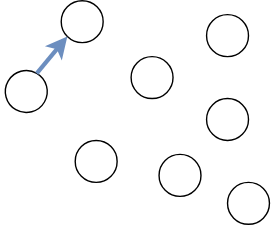
chenxlong3/diagrams_draw keeps this draw.io diagram as cover_IM.drawio.svg. Above is the earlier version. Source tidied: cells renumbered, new cells last; positions are measured from the earlier drawing's top-left corner, leaving out a move shared by most shapes. Source of this version:
```xml
<mxGraphModel>
  <root>
    <mxCell id="0" />
    <mxCell id="1" parent="0" />
    <mxCell id="2" style="ellipse;whiteSpace=wrap;html=1;rotation=0;" parent="1" vertex="1">
      <mxGeometry x="40" width="30" height="30" as="geometry" />
    </mxCell>
    <mxCell id="3" style="ellipse;whiteSpace=wrap;html=1;rotation=-15;" parent="1" vertex="1">
      <mxGeometry y="50" width="30" height="30" as="geometry" />
    </mxCell>
    <mxCell id="4" style="ellipse;whiteSpace=wrap;html=1;" parent="1" vertex="1">
      <mxGeometry x="90" y="40" width="30" height="30" as="geometry" />
    </mxCell>
    <mxCell id="5" style="ellipse;whiteSpace=wrap;html=1;" parent="1" vertex="1">
      <mxGeometry x="50" y="100" width="30" height="30" as="geometry" />
    </mxCell>
    <mxCell id="6" style="ellipse;whiteSpace=wrap;html=1;" parent="1" vertex="1">
      <mxGeometry x="144" y="10" width="30" height="30" as="geometry" />
    </mxCell>
    <mxCell id="7" style="ellipse;whiteSpace=wrap;html=1;" parent="1" vertex="1">
      <mxGeometry x="144" y="70" width="30" height="30" as="geometry" />
    </mxCell>
    <mxCell id="8" style="ellipse;whiteSpace=wrap;html=1;" parent="1" vertex="1">
      <mxGeometry x="110" y="110" width="30" height="30" as="geometry" />
    </mxCell>
    <mxCell id="9" style="ellipse;whiteSpace=wrap;html=1;" parent="1" vertex="1">
      <mxGeometry x="159" y="130" width="30" height="30" as="geometry" />
    </mxCell>
    <mxCell id="10" style="endArrow=classic;html=1;rounded=0;entryX=0;entryY=1;entryDx=0;entryDy=0;exitX=1;exitY=0;exitDx=0;exitDy=0;fillColor=#dae8fc;strokeColor=#6c8ebf;strokeWidth=3;" parent="1" edge="1" source="3" target="2">
      <mxGeometry relative="1" as="geometry" />
    </mxCell>
  </root>
</mxGraphModel>
```
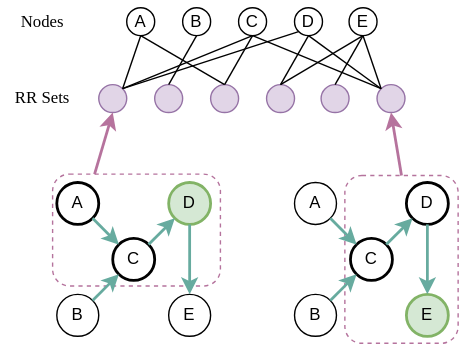
After the commit.

What changed in the source:
```diff
@@ -2,32 +2,146 @@
   <root>
     <mxCell id="0" />
     <mxCell id="1" parent="0" />
+    <mxCell id="11" style="rounded=1;whiteSpace=wrap;html=1;strokeColor=#B5739D;dashed=1;" parent="1" vertex="1">
+      <mxGeometry x="196" y="-55" width="81" height="120" as="geometry" />
+    </mxCell>
+    <mxCell id="12" style="rounded=1;whiteSpace=wrap;html=1;strokeColor=#B5739D;dashed=1;" parent="1" vertex="1">
+      <mxGeometry x="-13" y="-56" width="120" height="80" as="geometry" />
+    </mxCell>
-    <mxCell id="2" style="ellipse;whiteSpace=wrap;html=1;rotation=0;" parent="1" vertex="1">
-      <mxGeometry x="40" width="30" height="30" as="geometry" />
+    <mxCell id="2" value="C" style="ellipse;whiteSpace=wrap;html=1;rotation=0;strokeWidth=2;" parent="1" vertex="1">
+      <mxGeometry x="30" y="-10" width="30" height="30" as="geometry" />
     </mxCell>
-    <mxCell id="3" style="ellipse;whiteSpace=wrap;html=1;rotation=-15;" parent="1" vertex="1">
-      <mxGeometry y="50" width="30" height="30" as="geometry" />
+    <mxCell id="3" value="B" style="ellipse;whiteSpace=wrap;html=1;rotation=0;" parent="1" vertex="1">
+      <mxGeometry x="-10" y="30" width="30" height="30" as="geometry" />
     </mxCell>
-    <mxCell id="4" style="ellipse;whiteSpace=wrap;html=1;" parent="1" vertex="1">
-      <mxGeometry x="90" y="40" width="30" height="30" as="geometry" />
+    <mxCell id="4" value="A" style="ellipse;whiteSpace=wrap;html=1;strokeWidth=2;" parent="1" vertex="1">
+      <mxGeometry x="-10" y="-50" width="30" height="30" as="geometry" />
     </mxCell>
-    <mxCell id="5" style="ellipse;whiteSpace=wrap;html=1;" parent="1" vertex="1">
-      <mxGeometry x="50" y="100" width="30" height="30" as="geometry" />
-    </mxCell>
-    <mxCell id="6" style="ellipse;whiteSpace=wrap;html=1;" parent="1" vertex="1">
-      <mxGeometry x="144" y="10" width="30" height="30" as="geometry" />
+    <mxCell id="6" value="D" style="ellipse;whiteSpace=wrap;html=1;fillColor=#d5e8d4;strokeColor=#82b366;strokeWidth=2;" parent="1" vertex="1">
+      <mxGeometry x="70" y="-50" width="30" height="30" as="geometry" />
     </mxCell>
-    <mxCell id="7" style="ellipse;whiteSpace=wrap;html=1;" parent="1" vertex="1">
-      <mxGeometry x="144" y="70" width="30" height="30" as="geometry" />
+    <mxCell id="7" value="E" style="ellipse;whiteSpace=wrap;html=1;" parent="1" vertex="1">
+      <mxGeometry x="70" y="30" width="30" height="30" as="geometry" />
     </mxCell>
-    <mxCell id="8" style="ellipse;whiteSpace=wrap;html=1;" parent="1" vertex="1">
-      <mxGeometry x="110" y="110" width="30" height="30" as="geometry" />
-    </mxCell>
-    <mxCell id="9" style="ellipse;whiteSpace=wrap;html=1;" parent="1" vertex="1">
-      <mxGeometry x="159" y="130" width="30" height="30" as="geometry" />
-    </mxCell>
-    <mxCell id="10" style="endArrow=classic;html=1;rounded=0;entryX=0;entryY=1;entryDx=0;entryDy=0;exitX=1;exitY=0;exitDx=0;exitDy=0;fillColor=#dae8fc;strokeColor=#6c8ebf;strokeWidth=3;" parent="1" edge="1" source="3" target="2">
+    <mxCell id="10" style="endArrow=classic;html=1;rounded=0;entryX=0;entryY=1;entryDx=0;entryDy=0;exitX=1;exitY=0;exitDx=0;exitDy=0;fillColor=#dae8fc;strokeColor=#67AB9F;strokeWidth=2;" parent="1" edge="1" source="3" target="2">
       <mxGeometry relative="1" as="geometry" />
     </mxCell>
+    <mxCell id="13" style="endArrow=classic;html=1;rounded=0;entryX=0;entryY=0;entryDx=0;entryDy=0;exitX=1;exitY=1;exitDx=0;exitDy=0;fillColor=#dae8fc;strokeColor=#67AB9F;strokeWidth=2;" parent="1" edge="1" source="4" target="2">
+      <mxGeometry relative="1" as="geometry" />
+    </mxCell>
+    <mxCell id="14" style="endArrow=classic;html=1;rounded=0;entryX=0;entryY=1;entryDx=0;entryDy=0;exitX=1;exitY=0;exitDx=0;exitDy=0;fillColor=#dae8fc;strokeColor=#67AB9F;strokeWidth=2;" parent="1" edge="1" source="2" target="6">
+      <mxGeometry relative="1" as="geometry" />
+    </mxCell>
+    <mxCell id="15" style="endArrow=classic;html=1;rounded=0;entryX=0.5;entryY=0;entryDx=0;entryDy=0;exitX=0.5;exitY=1;exitDx=0;exitDy=0;fillColor=#dae8fc;strokeColor=#67AB9F;strokeWidth=2;" parent="1" edge="1" source="6" target="7">
+      <mxGeometry relative="1" as="geometry" />
+    </mxCell>
+    <mxCell id="16" value="C" style="ellipse;whiteSpace=wrap;html=1;rotation=0;strokeWidth=2;" parent="1" vertex="1">
+      <mxGeometry x="200" y="-10" width="30" height="30" as="geometry" />
+    </mxCell>
+    <mxCell id="17" value="B" style="ellipse;whiteSpace=wrap;html=1;rotation=0;" parent="1" vertex="1">
+      <mxGeometry x="160" y="30" width="30" height="30" as="geometry" />
+    </mxCell>
+    <mxCell id="18" value="A" style="ellipse;whiteSpace=wrap;html=1;strokeWidth=1;" parent="1" vertex="1">
+      <mxGeometry x="160" y="-50" width="30" height="30" as="geometry" />
+    </mxCell>
+    <mxCell id="19" value="D" style="ellipse;whiteSpace=wrap;html=1;fillColor=#FFFFFF;strokeColor=#000000;strokeWidth=2;" parent="1" vertex="1">
+      <mxGeometry x="240" y="-50" width="30" height="30" as="geometry" />
+    </mxCell>
+    <mxCell id="20" value="E" style="ellipse;whiteSpace=wrap;html=1;fillColor=#d5e8d4;strokeColor=#82b366;strokeWidth=2;" parent="1" vertex="1">
+      <mxGeometry x="240" y="30" width="30" height="30" as="geometry" />
+    </mxCell>
+    <mxCell id="21" style="endArrow=classic;html=1;rounded=0;entryX=0;entryY=1;entryDx=0;entryDy=0;exitX=1;exitY=0;exitDx=0;exitDy=0;fillColor=#dae8fc;strokeColor=#67AB9F;strokeWidth=2;" parent="1" edge="1" source="17" target="16">
+      <mxGeometry relative="1" as="geometry" />
+    </mxCell>
+    <mxCell id="22" style="endArrow=classic;html=1;rounded=0;entryX=0;entryY=0;entryDx=0;entryDy=0;exitX=1;exitY=1;exitDx=0;exitDy=0;fillColor=#dae8fc;strokeColor=#67AB9F;strokeWidth=2;" parent="1" edge="1" source="18" target="16">
+      <mxGeometry relative="1" as="geometry" />
+    </mxCell>
+    <mxCell id="23" style="endArrow=classic;html=1;rounded=0;entryX=0;entryY=1;entryDx=0;entryDy=0;exitX=1;exitY=0;exitDx=0;exitDy=0;fillColor=#dae8fc;strokeColor=#67AB9F;strokeWidth=2;" parent="1" edge="1" source="16" target="19">
+      <mxGeometry relative="1" as="geometry" />
+    </mxCell>
+    <mxCell id="24" value="B" style="ellipse;whiteSpace=wrap;html=1;rotation=0;" parent="1" vertex="1">
+      <mxGeometry x="80" y="-175" width="20" height="20" as="geometry" />
+    </mxCell>
+    <mxCell id="25" value="C" style="ellipse;whiteSpace=wrap;html=1;rotation=0;" parent="1" vertex="1">
+      <mxGeometry x="120" y="-175" width="20" height="20" as="geometry" />
+    </mxCell>
+    <mxCell id="26" value="D" style="ellipse;whiteSpace=wrap;html=1;rotation=0;" parent="1" vertex="1">
+      <mxGeometry x="160" y="-175" width="20" height="20" as="geometry" />
+    </mxCell>
+    <mxCell id="27" value="E" style="ellipse;whiteSpace=wrap;html=1;rotation=0;" parent="1" vertex="1">
+      <mxGeometry x="199" y="-175" width="20" height="20" as="geometry" />
+    </mxCell>
+    <mxCell id="28" value="A" style="ellipse;whiteSpace=wrap;html=1;rotation=0;" parent="1" vertex="1">
+      <mxGeometry x="40" y="-175" width="20" height="20" as="geometry" />
+    </mxCell>
+    <mxCell id="29" style="ellipse;whiteSpace=wrap;html=1;rotation=0;fillColor=#e1d5e7;strokeColor=#9673a6;" parent="1" vertex="1">
+      <mxGeometry x="20" y="-120" width="20" height="20" as="geometry" />
+    </mxCell>
+    <mxCell id="30" style="ellipse;whiteSpace=wrap;html=1;rotation=0;fillColor=#e1d5e7;strokeColor=#9673a6;" parent="1" vertex="1">
+      <mxGeometry x="60" y="-120" width="20" height="20" as="geometry" />
+    </mxCell>
+    <mxCell id="31" style="ellipse;whiteSpace=wrap;html=1;rotation=0;fillColor=#e1d5e7;strokeColor=#9673a6;" parent="1" vertex="1">
+      <mxGeometry x="100" y="-120" width="20" height="20" as="geometry" />
+    </mxCell>
+    <mxCell id="32" style="ellipse;whiteSpace=wrap;html=1;rotation=0;fillColor=#e1d5e7;strokeColor=#9673a6;" parent="1" vertex="1">
+      <mxGeometry x="140" y="-120" width="20" height="20" as="geometry" />
+    </mxCell>
+    <mxCell id="33" style="ellipse;whiteSpace=wrap;html=1;rotation=0;fillColor=#e1d5e7;strokeColor=#9673a6;" parent="1" vertex="1">
+      <mxGeometry x="179" y="-120" width="20" height="20" as="geometry" />
+    </mxCell>
+    <mxCell id="34" style="ellipse;whiteSpace=wrap;html=1;rotation=0;fillColor=#e1d5e7;strokeColor=#9673a6;" parent="1" vertex="1">
+      <mxGeometry x="219" y="-120" width="20" height="20" as="geometry" />
+    </mxCell>
+    <mxCell id="35" style="endArrow=classic;html=1;rounded=0;entryX=0.5;entryY=0;entryDx=0;entryDy=0;exitX=0.5;exitY=1;exitDx=0;exitDy=0;fillColor=#dae8fc;strokeColor=#67AB9F;strokeWidth=2;" parent="1" edge="1" source="19" target="20">
+      <mxGeometry relative="1" as="geometry" />
+    </mxCell>
+    <mxCell id="36" style="endArrow=classic;html=1;rounded=0;strokeWidth=2;fillColor=#e1d5e7;strokeColor=#b6739d;exitX=0.25;exitY=0;exitDx=0;exitDy=0;entryX=0.5;entryY=1;entryDx=0;entryDy=0;" parent="1" edge="1" source="12" target="29">
+      <mxGeometry relative="1" as="geometry" />
+    </mxCell>
+    <mxCell id="37" style="endArrow=classic;html=1;rounded=0;strokeWidth=2;fillColor=#e1d5e7;strokeColor=#b6739d;exitX=0.5;exitY=0;exitDx=0;exitDy=0;entryX=0.5;entryY=1;entryDx=0;entryDy=0;" parent="1" edge="1" source="11" target="34">
+      <mxGeometry relative="1" as="geometry" />
+    </mxCell>
+    <mxCell id="38" style="endArrow=none;html=1;rounded=0;entryX=0.5;entryY=1;entryDx=0;entryDy=0;exitX=1;exitY=0;exitDx=0;exitDy=0;" parent="1" edge="1" source="29" target="28">
+      <mxGeometry relative="1" as="geometry" />
+    </mxCell>
+    <mxCell id="39" style="endArrow=none;html=1;rounded=0;entryX=0.5;entryY=1;entryDx=0;entryDy=0;exitX=1;exitY=0;exitDx=0;exitDy=0;" parent="1" edge="1" source="29" target="25">
+      <mxGeometry relative="1" as="geometry" />
+    </mxCell>
+    <mxCell id="40" style="endArrow=none;html=1;rounded=0;entryX=0;entryY=1;entryDx=0;entryDy=0;exitX=1;exitY=0;exitDx=0;exitDy=0;" parent="1" edge="1" source="29" target="26">
+      <mxGeometry relative="1" as="geometry" />
+    </mxCell>
+    <mxCell id="41" value="&lt;font face=&quot;Times New Roman&quot;&gt;RR Sets&lt;/font&gt;" style="text;html=1;strokeColor=none;fillColor=none;align=center;verticalAlign=middle;whiteSpace=wrap;rounded=0;" parent="1" vertex="1">
+      <mxGeometry x="-50" y="-125" width="60" height="30" as="geometry" />
+    </mxCell>
+    <mxCell id="42" value="&lt;font face=&quot;Times New Roman&quot;&gt;Nodes&lt;/font&gt;" style="text;html=1;strokeColor=none;fillColor=none;align=center;verticalAlign=middle;whiteSpace=wrap;rounded=0;" parent="1" vertex="1">
+      <mxGeometry x="-50" y="-180" width="60" height="30" as="geometry" />
+    </mxCell>
+    <mxCell id="43" style="endArrow=none;html=1;rounded=0;entryX=0.5;entryY=1;entryDx=0;entryDy=0;exitX=0;exitY=0;exitDx=0;exitDy=0;" parent="1" edge="1" source="34" target="25">
+      <mxGeometry relative="1" as="geometry" />
+    </mxCell>
+    <mxCell id="44" style="endArrow=none;html=1;rounded=0;entryX=0.5;entryY=1;entryDx=0;entryDy=0;exitX=0;exitY=0;exitDx=0;exitDy=0;" parent="1" edge="1" source="34" target="26">
+      <mxGeometry relative="1" as="geometry" />
+    </mxCell>
+    <mxCell id="45" style="endArrow=none;html=1;rounded=0;entryX=0.5;entryY=1;entryDx=0;entryDy=0;exitX=0;exitY=0;exitDx=0;exitDy=0;" parent="1" edge="1" source="34" target="27">
+      <mxGeometry relative="1" as="geometry" />
+    </mxCell>
+    <mxCell id="46" style="endArrow=none;html=1;rounded=0;entryX=0.5;entryY=1;entryDx=0;entryDy=0;exitX=0.5;exitY=0;exitDx=0;exitDy=0;" parent="1" edge="1" source="30" target="24">
+      <mxGeometry relative="1" as="geometry" />
+    </mxCell>
+    <mxCell id="47" style="endArrow=none;html=1;rounded=0;entryX=0.5;entryY=1;entryDx=0;entryDy=0;exitX=0.5;exitY=0;exitDx=0;exitDy=0;" parent="1" edge="1" source="31" target="25">
+      <mxGeometry relative="1" as="geometry" />
+    </mxCell>
+    <mxCell id="48" style="endArrow=none;html=1;rounded=0;entryX=0.5;entryY=1;entryDx=0;entryDy=0;exitX=0.5;exitY=0;exitDx=0;exitDy=0;" parent="1" edge="1" source="31" target="28">
+      <mxGeometry relative="1" as="geometry" />
+    </mxCell>
+    <mxCell id="49" style="endArrow=none;html=1;rounded=0;entryX=0.5;entryY=1;entryDx=0;entryDy=0;exitX=0.5;exitY=0;exitDx=0;exitDy=0;" parent="1" edge="1" source="32" target="27">
+      <mxGeometry relative="1" as="geometry" />
+    </mxCell>
+    <mxCell id="50" style="endArrow=none;html=1;rounded=0;entryX=0.5;entryY=1;entryDx=0;entryDy=0;exitX=0.5;exitY=0;exitDx=0;exitDy=0;" parent="1" edge="1" source="32" target="26">
+      <mxGeometry relative="1" as="geometry" />
+    </mxCell>
+    <mxCell id="51" style="endArrow=none;html=1;rounded=0;entryX=0.5;entryY=1;entryDx=0;entryDy=0;exitX=0.5;exitY=0;exitDx=0;exitDy=0;" parent="1" edge="1" source="33" target="27">
+      <mxGeometry relative="1" as="geometry" />
+    </mxCell>
   </root>
 </mxGraphModel>
```
